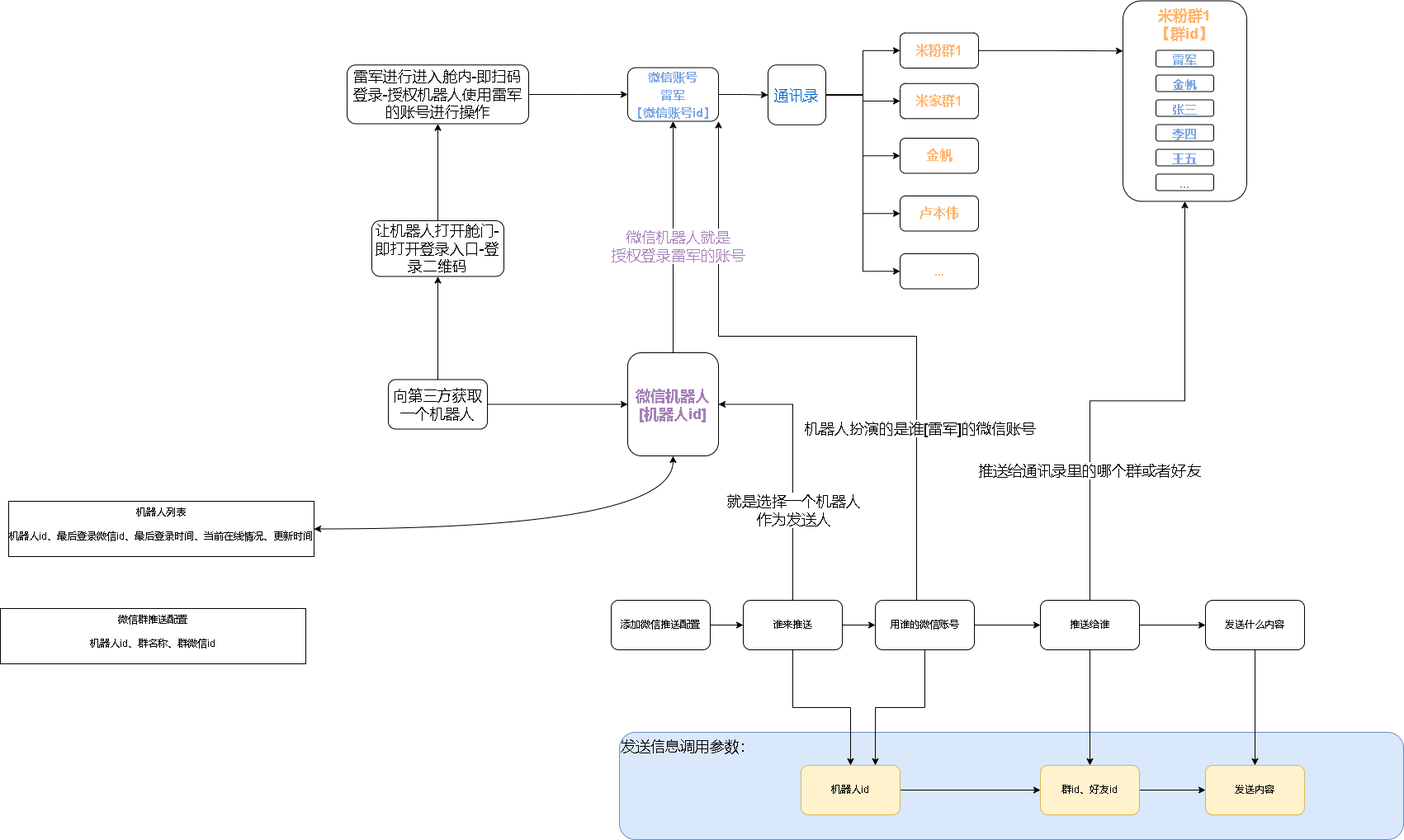
xktder/draw keeps this draw.io diagram as 微信机器人.drawio.png. Above is the earlier version. Source tidied: cells renumbered, new cells last; positions are measured from the earlier drawing's top-left corner, leaving out a move shared by most shapes.
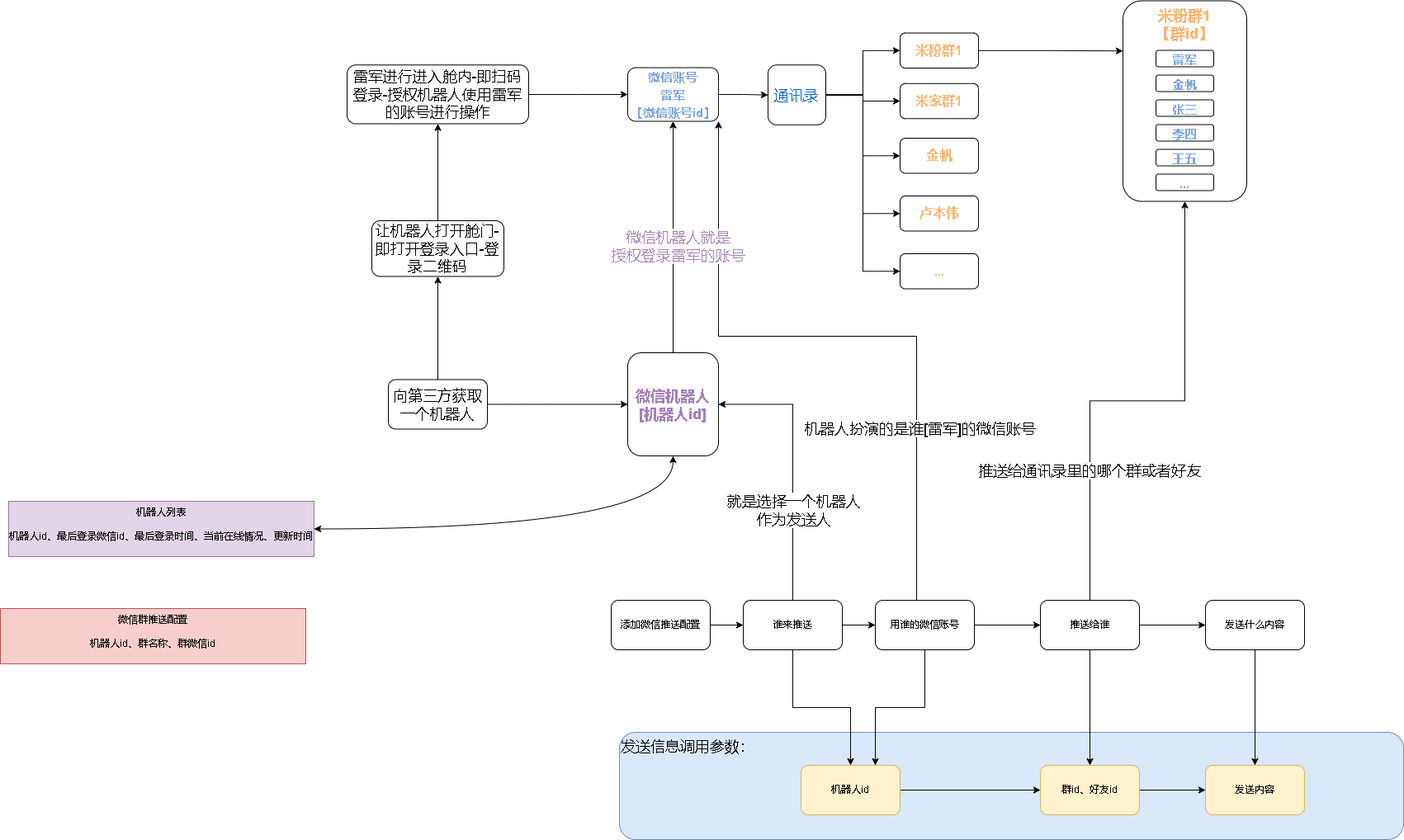
The same diagram one commit later.

Commit message:
更新微信机器人.drawio.png

Diff of the diagram source:
```diff
@@ -188,10 +188,10 @@
     <mxCell id="58" style="edgeStyle=orthogonalEdgeStyle;rounded=0;jettySize=auto;html=1;entryX=0.5;entryY=1;entryDx=0;entryDy=0;curved=1;startArrow=classic;startFill=1;" parent="1" edge="1" source="59" target="38">
       <mxGeometry relative="1" as="geometry" />
     </mxCell>
-    <mxCell id="59" value="机器人列表&lt;br&gt;&lt;br&gt;机器人id、最后登录微信id、最后登录时间、当前在线情况、更新时间" style="rounded=0;whiteSpace=wrap;html=1;verticalAlign=top;" parent="1" vertex="1">
+    <mxCell id="59" value="机器人列表&lt;br&gt;&lt;br&gt;机器人id、最后登录微信id、最后登录时间、当前在线情况、更新时间" style="rounded=0;whiteSpace=wrap;html=1;verticalAlign=top;fillColor=#e1d5e7;strokeColor=#9673a6;" parent="1" vertex="1">
       <mxGeometry x="10" y="606" width="370" height="67" as="geometry" />
     </mxCell>
-    <mxCell id="60" value="微信群推送配置&lt;br&gt;&lt;br&gt;机器人id、群名称、群微信id" style="rounded=0;whiteSpace=wrap;html=1;verticalAlign=top;" parent="1" vertex="1">
+    <mxCell id="60" value="微信群推送配置&lt;br&gt;&lt;br&gt;机器人id、群名称、群微信id" style="rounded=0;whiteSpace=wrap;html=1;verticalAlign=top;fillColor=#f8cecc;strokeColor=#b85450;" parent="1" vertex="1">
       <mxGeometry y="736" width="370" height="67" as="geometry" />
     </mxCell>
   </root>
```
